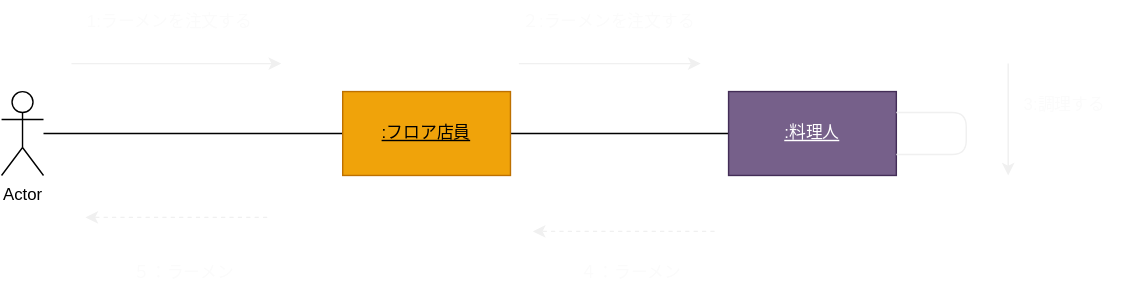
This is 例題5-1_ラーメン注文配膳.drawio.svg from tokusanai/uml-intro, a draw.io export, as it was before one commit. Source tidied: cells renumbered, new cells last; positions are measured from the earlier drawing's top-left corner, leaving out a move shared by most shapes. Source of this version:
```xml
<mxGraphModel>
  <root>
    <mxCell id="0" />
    <mxCell id="1" parent="0" />
    <mxCell id="2" style="edgeStyle=none;html=1;endArrow=none;endFill=0;" parent="1" edge="1" source="3" target="5">
      <mxGeometry relative="1" as="geometry" />
    </mxCell>
    <mxCell id="3" value="Actor" style="shape=umlActor;verticalLabelPosition=bottom;verticalAlign=top;html=1;outlineConnect=0;" parent="1" vertex="1">
      <mxGeometry y="65" width="30" height="60" as="geometry" />
    </mxCell>
    <mxCell id="4" style="edgeStyle=none;html=1;endArrow=none;endFill=0;" parent="1" edge="1" source="5">
      <mxGeometry relative="1" as="geometry">
        <mxPoint x="520" y="95" as="targetPoint" />
      </mxGeometry>
    </mxCell>
    <mxCell id="5" value=":フロア店員&lt;br&gt;" style="whiteSpace=wrap;html=1;verticalAlign=middle;fontStyle=4;fillColor=#f0a30a;fontColor=#000000;strokeColor=#BD7000;" parent="1" vertex="1">
      <mxGeometry x="244" y="65" width="120" height="60" as="geometry" />
    </mxCell>
    <mxCell id="6" value=":料理人" style="whiteSpace=wrap;html=1;verticalAlign=middle;fontStyle=4;fillColor=#76608a;strokeColor=#432D57;fontColor=#ffffff;" parent="1" vertex="1">
      <mxGeometry x="520" y="65" width="120" height="60" as="geometry" />
    </mxCell>
    <mxCell id="7" style="endArrow=classic;html=1;strokeColor=#F0F0F0;fontColor=#fbfbfb;" parent="1" edge="1">
      <mxGeometry relative="1" as="geometry">
        <mxPoint x="50" y="45" as="sourcePoint" />
        <mxPoint x="200" y="45" as="targetPoint" />
      </mxGeometry>
    </mxCell>
    <mxCell id="8" value="1:ラーメンを注文する" style="text;html=1;align=center;verticalAlign=middle;strokeColor=none;fillColor=none;fontColor=#fbfbfb;" parent="1" vertex="1">
      <mxGeometry x="50" width="140" height="30" as="geometry" />
    </mxCell>
    <mxCell id="9" style="endArrow=classic;html=1;strokeColor=#F0F0F0;fontColor=#fbfbfb;" parent="1" edge="1">
      <mxGeometry relative="1" as="geometry">
        <mxPoint x="370" y="45" as="sourcePoint" />
        <mxPoint x="500" y="45" as="targetPoint" />
      </mxGeometry>
    </mxCell>
    <mxCell id="10" value="２:ラーメンを注文する" style="text;html=1;align=center;verticalAlign=middle;strokeColor=none;fillColor=none;fontColor=#fbfbfb;" parent="1" vertex="1">
      <mxGeometry x="359" width="150" height="30" as="geometry" />
    </mxCell>
    <mxCell id="11" style="endArrow=none;html=1;strokeColor=#F0F0F0;fontColor=#fbfbfb;exitX=1;exitY=0.25;exitDx=0;exitDy=0;endFill=0;" parent="1" edge="1" source="6">
      <mxGeometry relative="1" as="geometry">
        <mxPoint x="640" y="110" as="targetPoint" />
        <Array as="points">
          <mxPoint x="690" y="80" />
          <mxPoint x="690" y="110" />
        </Array>
      </mxGeometry>
    </mxCell>
    <mxCell id="12" style="endArrow=classic;html=1;strokeColor=#F0F0F0;fontColor=#fbfbfb;" parent="1" edge="1">
      <mxGeometry relative="1" as="geometry">
        <mxPoint x="720" y="45" as="sourcePoint" />
        <mxPoint x="720" y="125" as="targetPoint" />
      </mxGeometry>
    </mxCell>
    <mxCell id="13" value="3:調理する" style="text;html=1;align=center;verticalAlign=middle;strokeColor=none;fillColor=none;fontColor=#fbfbfb;" parent="1" vertex="1">
      <mxGeometry x="720" y="60" width="80" height="30" as="geometry" />
    </mxCell>
    <mxCell id="14" style="endArrow=classic;dashed=1;html=1;strokeColor=#F0F0F0;fontColor=#fbfbfb;endFill=1;" parent="1" edge="1">
      <mxGeometry relative="1" as="geometry">
        <mxPoint x="510" y="165" as="sourcePoint" />
        <mxPoint x="380" y="165" as="targetPoint" />
      </mxGeometry>
    </mxCell>
    <mxCell id="15" style="endArrow=classic;dashed=1;html=1;strokeColor=#F0F0F0;fontColor=#fbfbfb;endFill=1;" parent="1" edge="1">
      <mxGeometry relative="1" as="geometry">
        <mxPoint x="190" y="155" as="sourcePoint" />
        <mxPoint x="60" y="155" as="targetPoint" />
      </mxGeometry>
    </mxCell>
    <mxCell id="16" value="４：ラーメン" style="text;html=1;align=center;verticalAlign=middle;strokeColor=none;fillColor=none;fontColor=#fbfbfb;" parent="1" vertex="1">
      <mxGeometry x="400" y="180" width="100" height="30" as="geometry" />
    </mxCell>
    <mxCell id="17" value="５：ラーメン" style="text;html=1;align=center;verticalAlign=middle;strokeColor=none;fillColor=none;fontColor=#fbfbfb;" parent="1" vertex="1">
      <mxGeometry x="80" y="180" width="100" height="30" as="geometry" />
    </mxCell>
  </root>
</mxGraphModel>
```
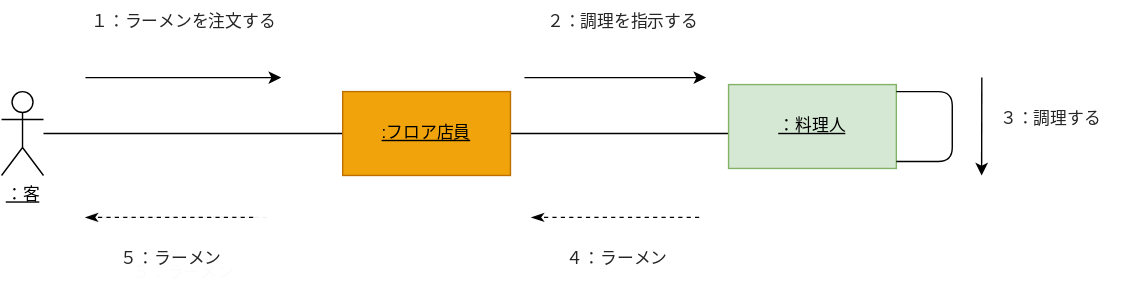
After the change.

Diff of the diagram source:
```diff
@@ -5,7 +5,7 @@
     <mxCell id="2" style="edgeStyle=none;html=1;endArrow=none;endFill=0;" parent="1" edge="1" source="3" target="5">
       <mxGeometry relative="1" as="geometry" />
     </mxCell>
-    <mxCell id="3" value="Actor" style="shape=umlActor;verticalLabelPosition=bottom;verticalAlign=top;html=1;outlineConnect=0;" parent="1" vertex="1">
+    <mxCell id="3" value="&lt;u&gt;：客&lt;/u&gt;" style="shape=umlActor;verticalLabelPosition=bottom;verticalAlign=top;html=1;outlineConnect=0;" parent="1" vertex="1">
       <mxGeometry y="65" width="30" height="60" as="geometry" />
     </mxCell>
     <mxCell id="4" style="edgeStyle=none;html=1;endArrow=none;endFill=0;" parent="1" edge="1" source="5">
@@ -16,62 +16,72 @@
     <mxCell id="5" value=":フロア店員&lt;br&gt;" style="whiteSpace=wrap;html=1;verticalAlign=middle;fontStyle=4;fillColor=#f0a30a;fontColor=#000000;strokeColor=#BD7000;" parent="1" vertex="1">
       <mxGeometry x="244" y="65" width="120" height="60" as="geometry" />
     </mxCell>
-    <mxCell id="6" value=":料理人" style="whiteSpace=wrap;html=1;verticalAlign=middle;fontStyle=4;fillColor=#76608a;strokeColor=#432D57;fontColor=#ffffff;" parent="1" vertex="1">
-      <mxGeometry x="520" y="65" width="120" height="60" as="geometry" />
-    </mxCell>
-    <mxCell id="7" style="endArrow=classic;html=1;strokeColor=#F0F0F0;fontColor=#fbfbfb;" parent="1" edge="1">
-      <mxGeometry relative="1" as="geometry">
-        <mxPoint x="50" y="45" as="sourcePoint" />
-        <mxPoint x="200" y="45" as="targetPoint" />
-      </mxGeometry>
-    </mxCell>
-    <mxCell id="8" value="1:ラーメンを注文する" style="text;html=1;align=center;verticalAlign=middle;strokeColor=none;fillColor=none;fontColor=#fbfbfb;" parent="1" vertex="1">
-      <mxGeometry x="50" width="140" height="30" as="geometry" />
-    </mxCell>
-    <mxCell id="9" style="endArrow=classic;html=1;strokeColor=#F0F0F0;fontColor=#fbfbfb;" parent="1" edge="1">
-      <mxGeometry relative="1" as="geometry">
-        <mxPoint x="370" y="45" as="sourcePoint" />
-        <mxPoint x="500" y="45" as="targetPoint" />
-      </mxGeometry>
-    </mxCell>
-    <mxCell id="10" value="２:ラーメンを注文する" style="text;html=1;align=center;verticalAlign=middle;strokeColor=none;fillColor=none;fontColor=#fbfbfb;" parent="1" vertex="1">
-      <mxGeometry x="359" width="150" height="30" as="geometry" />
-    </mxCell>
-    <mxCell id="11" style="endArrow=none;html=1;strokeColor=#F0F0F0;fontColor=#fbfbfb;exitX=1;exitY=0.25;exitDx=0;exitDy=0;endFill=0;" parent="1" edge="1" source="6">
-      <mxGeometry relative="1" as="geometry">
-        <mxPoint x="640" y="110" as="targetPoint" />
-        <Array as="points">
-          <mxPoint x="690" y="80" />
-          <mxPoint x="690" y="110" />
-        </Array>
-      </mxGeometry>
-    </mxCell>
-    <mxCell id="12" style="endArrow=classic;html=1;strokeColor=#F0F0F0;fontColor=#fbfbfb;" parent="1" edge="1">
-      <mxGeometry relative="1" as="geometry">
-        <mxPoint x="720" y="45" as="sourcePoint" />
-        <mxPoint x="720" y="125" as="targetPoint" />
-      </mxGeometry>
-    </mxCell>
-    <mxCell id="13" value="3:調理する" style="text;html=1;align=center;verticalAlign=middle;strokeColor=none;fillColor=none;fontColor=#fbfbfb;" parent="1" vertex="1">
-      <mxGeometry x="720" y="60" width="80" height="30" as="geometry" />
-    </mxCell>
-    <mxCell id="14" style="endArrow=classic;dashed=1;html=1;strokeColor=#F0F0F0;fontColor=#fbfbfb;endFill=1;" parent="1" edge="1">
-      <mxGeometry relative="1" as="geometry">
-        <mxPoint x="510" y="165" as="sourcePoint" />
-        <mxPoint x="380" y="165" as="targetPoint" />
-      </mxGeometry>
-    </mxCell>
     <mxCell id="15" style="endArrow=classic;dashed=1;html=1;strokeColor=#F0F0F0;fontColor=#fbfbfb;endFill=1;" parent="1" edge="1">
       <mxGeometry relative="1" as="geometry">
         <mxPoint x="190" y="155" as="sourcePoint" />
         <mxPoint x="60" y="155" as="targetPoint" />
       </mxGeometry>
     </mxCell>
+    <mxCell id="17" value="５：ラーメン" style="text;html=1;align=center;verticalAlign=middle;strokeColor=none;fillColor=none;fontColor=#fbfbfb;" parent="1" vertex="1">
+      <mxGeometry x="80" y="180" width="100" height="30" as="geometry" />
+    </mxCell>
+    <mxCell id="18" value="：料理人" style="whiteSpace=wrap;html=1;verticalAlign=middle;fontStyle=4;fillColor=#d5e8d4;strokeColor=#82b366;" parent="1" vertex="1">
+      <mxGeometry x="520" y="60" width="120" height="60" as="geometry" />
+    </mxCell>
+    <mxCell id="19" style="endArrow=classic;html=1;labelBackgroundColor=#f1f3f4;fontColor=#252526;" parent="1" edge="1">
+      <mxGeometry relative="1" as="geometry">
+        <mxPoint x="60" y="55" as="sourcePoint" />
+        <mxPoint x="200" y="55" as="targetPoint" />
+      </mxGeometry>
+    </mxCell>
+    <mxCell id="20" value="１：ラーメンを注文する" style="text;html=1;align=center;verticalAlign=middle;strokeColor=none;fillColor=none;fontColor=#252526;" parent="1" vertex="1">
+      <mxGeometry x="50" width="160" height="30" as="geometry" />
+    </mxCell>
+    <mxCell id="21" style="endArrow=classic;html=1;labelBackgroundColor=#f1f3f4;fontColor=#252526;" parent="1" edge="1">
+      <mxGeometry relative="1" as="geometry">
+        <mxPoint x="374" y="55" as="sourcePoint" />
+        <mxPoint x="504" y="55" as="targetPoint" />
+      </mxGeometry>
+    </mxCell>
+    <mxCell id="22" value="２：調理を指示する" style="text;html=1;align=center;verticalAlign=middle;strokeColor=none;fillColor=none;fontColor=#252526;" parent="1" vertex="1">
+      <mxGeometry x="379" width="130" height="30" as="geometry" />
+    </mxCell>
+    <mxCell id="23" style="endArrow=classic;html=1;labelBackgroundColor=#f1f3f4;fontColor=#252526;" parent="1" edge="1">
+      <mxGeometry relative="1" as="geometry">
+        <mxPoint x="701.1" y="55" as="sourcePoint" />
+        <mxPoint x="701" y="125" as="targetPoint" />
+      </mxGeometry>
+    </mxCell>
+    <mxCell id="24" value="３：調理する" style="text;html=1;align=center;verticalAlign=middle;strokeColor=none;fillColor=none;fontColor=#252526;" parent="1" vertex="1">
+      <mxGeometry x="700" y="70" width="100" height="30" as="geometry" />
+    </mxCell>
+    <mxCell id="25" style="endArrow=none;html=1;labelBackgroundColor=#f1f3f4;fontColor=#252526;" parent="1" edge="1">
+      <mxGeometry relative="1" as="geometry">
+        <mxPoint x="640" y="65" as="sourcePoint" />
+        <mxPoint x="640" y="115" as="targetPoint" />
+        <Array as="points">
+          <mxPoint x="680" y="65" />
+          <mxPoint x="680" y="115" />
+        </Array>
+      </mxGeometry>
+    </mxCell>
+    <mxCell id="26" style="endArrow=classicThin;dashed=1;html=1;labelBackgroundColor=#f1f3f4;fontColor=#252526;endFill=1;" parent="1" edge="1">
+      <mxGeometry relative="1" as="geometry">
+        <mxPoint x="499" y="155" as="sourcePoint" />
+        <mxPoint x="379" y="155" as="targetPoint" />
+      </mxGeometry>
+    </mxCell>
-    <mxCell id="16" value="４：ラーメン" style="text;html=1;align=center;verticalAlign=middle;strokeColor=none;fillColor=none;fontColor=#fbfbfb;" parent="1" vertex="1">
-      <mxGeometry x="400" y="180" width="100" height="30" as="geometry" />
+    <mxCell id="16" value="４：ラーメン" style="text;html=1;align=center;verticalAlign=middle;strokeColor=none;fillColor=none;fontColor=#252526;" parent="1" vertex="1">
+      <mxGeometry x="390" y="170" width="100" height="30" as="geometry" />
     </mxCell>
-    <mxCell id="17" value="５：ラーメン" style="text;html=1;align=center;verticalAlign=middle;strokeColor=none;fillColor=none;fontColor=#fbfbfb;" parent="1" vertex="1">
-      <mxGeometry x="80" y="180" width="100" height="30" as="geometry" />
-    </mxCell>
+    <mxCell id="27" style="endArrow=classicThin;dashed=1;html=1;labelBackgroundColor=#f1f3f4;fontColor=#252526;endFill=1;" parent="1" edge="1">
+      <mxGeometry relative="1" as="geometry">
+        <mxPoint x="180" y="155" as="sourcePoint" />
+        <mxPoint x="60" y="155" as="targetPoint" />
+      </mxGeometry>
+    </mxCell>
+    <mxCell id="28" value="５：ラーメン" style="text;html=1;align=center;verticalAlign=middle;strokeColor=none;fillColor=none;fontColor=#252526;" parent="1" vertex="1">
+      <mxGeometry x="71" y="170" width="100" height="30" as="geometry" />
+    </mxCell>
   </root>
 </mxGraphModel>
```
